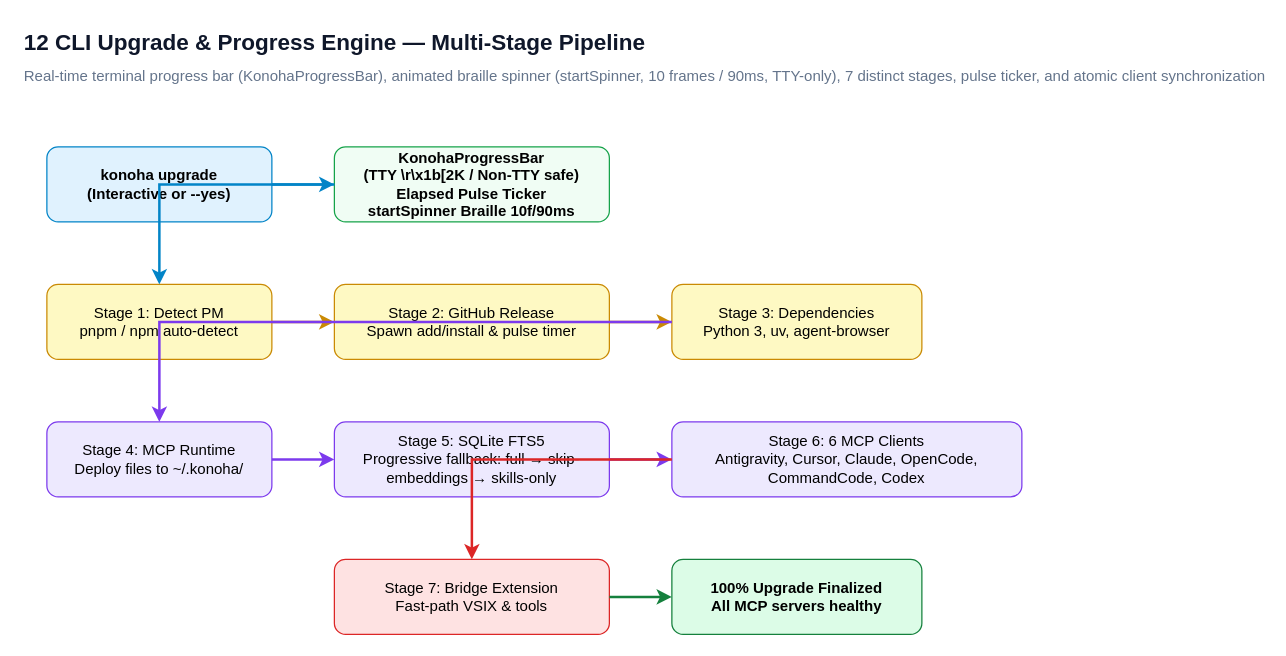
andycungkrinx91/konoha keeps this draw.io diagram as page "12 CLI Upgrade & Progress Engine" (12 of 12) of docs/diagrams/konoha-architecture.drawio. Above is the earlier version. Source tidied: cells renumbered, new cells numbered last; positions are measured from the earlier drawing's top-left corner, leaving out a move shared by most shapes. Both pictures are drawn from the tidied source at 125%, with x=0, y=0 at pixel (21, 21).
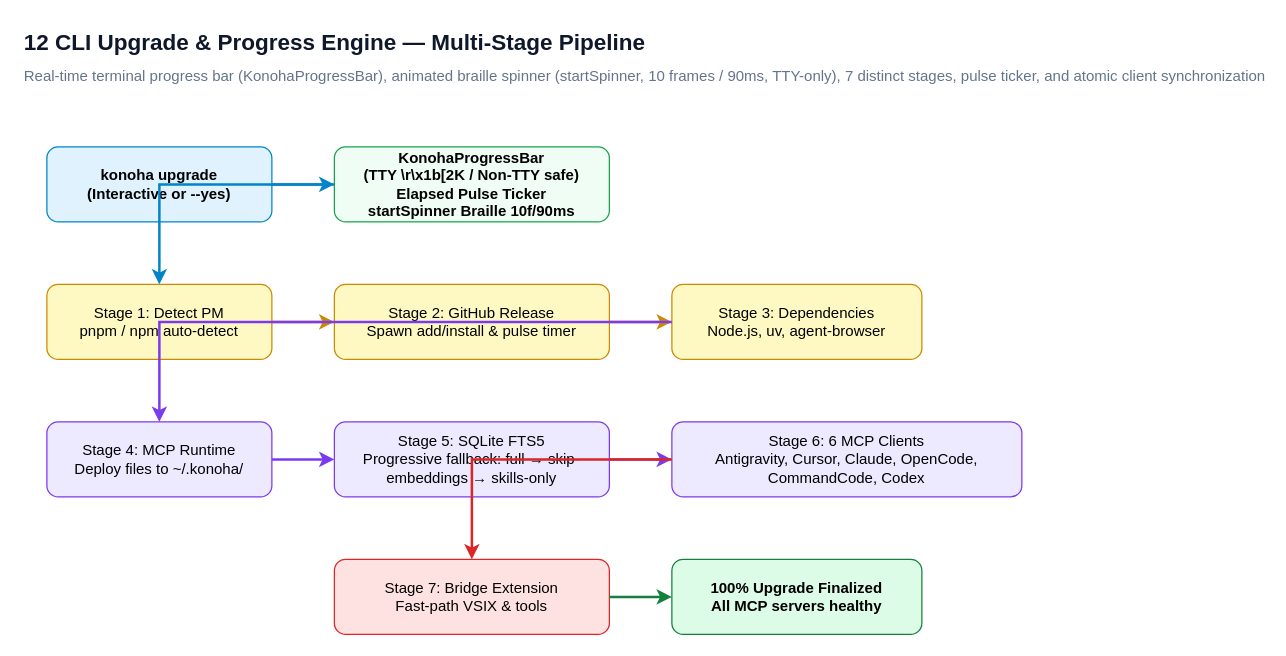
After the change.

The edit, as a diff of the source:
```diff
@@
-    <mxCell id="8" value="Stage 3: Dependencies&#10;Python 3, uv, agent-browser" style="rounded=1;whiteSpace=wrap;html=1;fillColor=#fef9c3;strokeColor=#ca8a04;" parent="1" vertex="1">
+    <mxCell id="8" value="Stage 3: Dependencies&#10;Node.js, uv, agent-browser" style="rounded=1;whiteSpace=wrap;html=1;fillColor=#fef9c3;strokeColor=#ca8a04;" parent="1" vertex="1">
       <mxGeometry x="520" y="210" width="200" height="60" as="geometry" />
     </mxCell>
```
